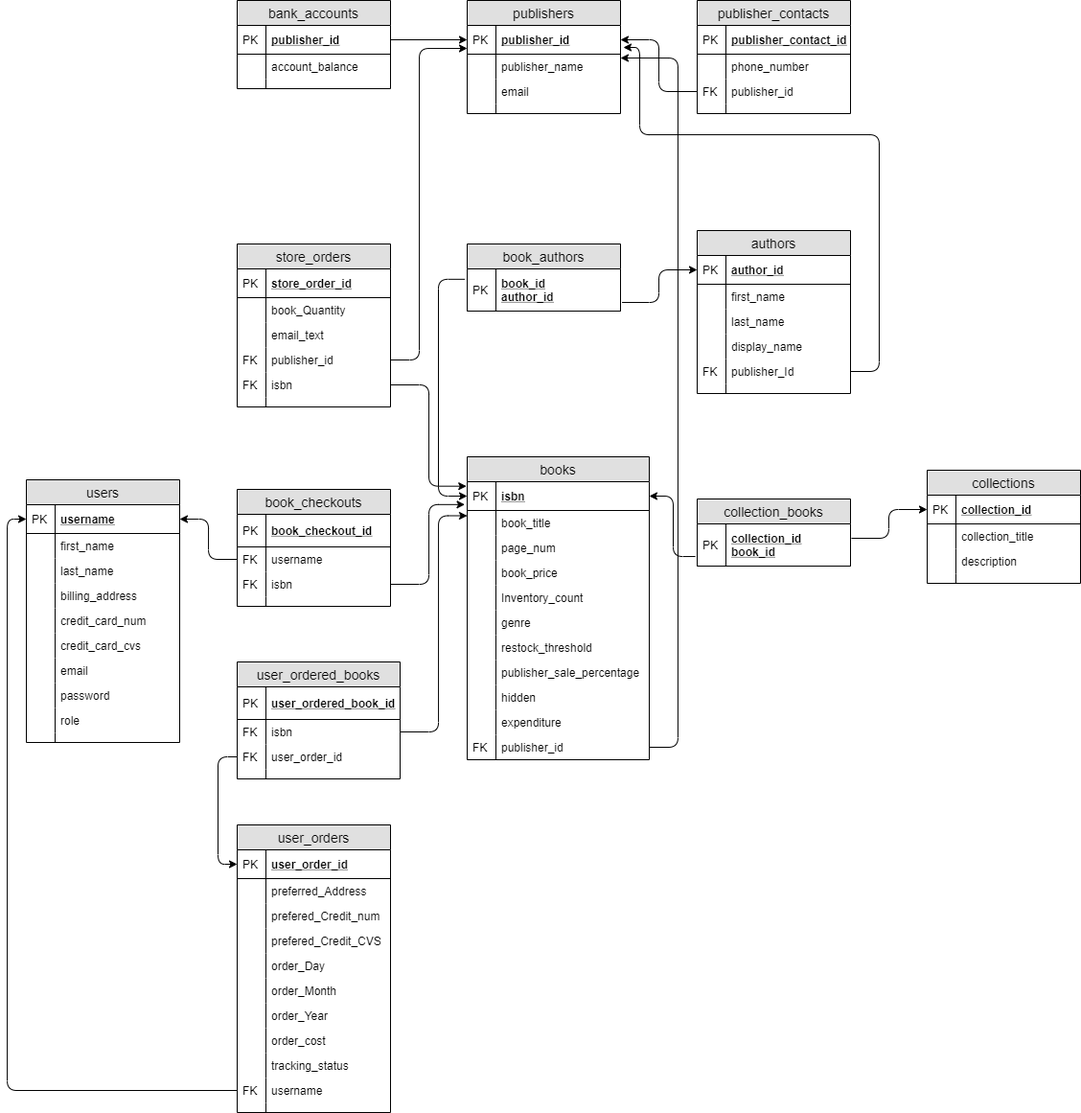
The draw.io diagram docs/schema.png in DarkHorse0311/BookStore_golang_react, before a commit. Source tidied: cells renumbered, new cells last; positions are measured from the earlier drawing's top-left corner, leaving out a move shared by most shapes.
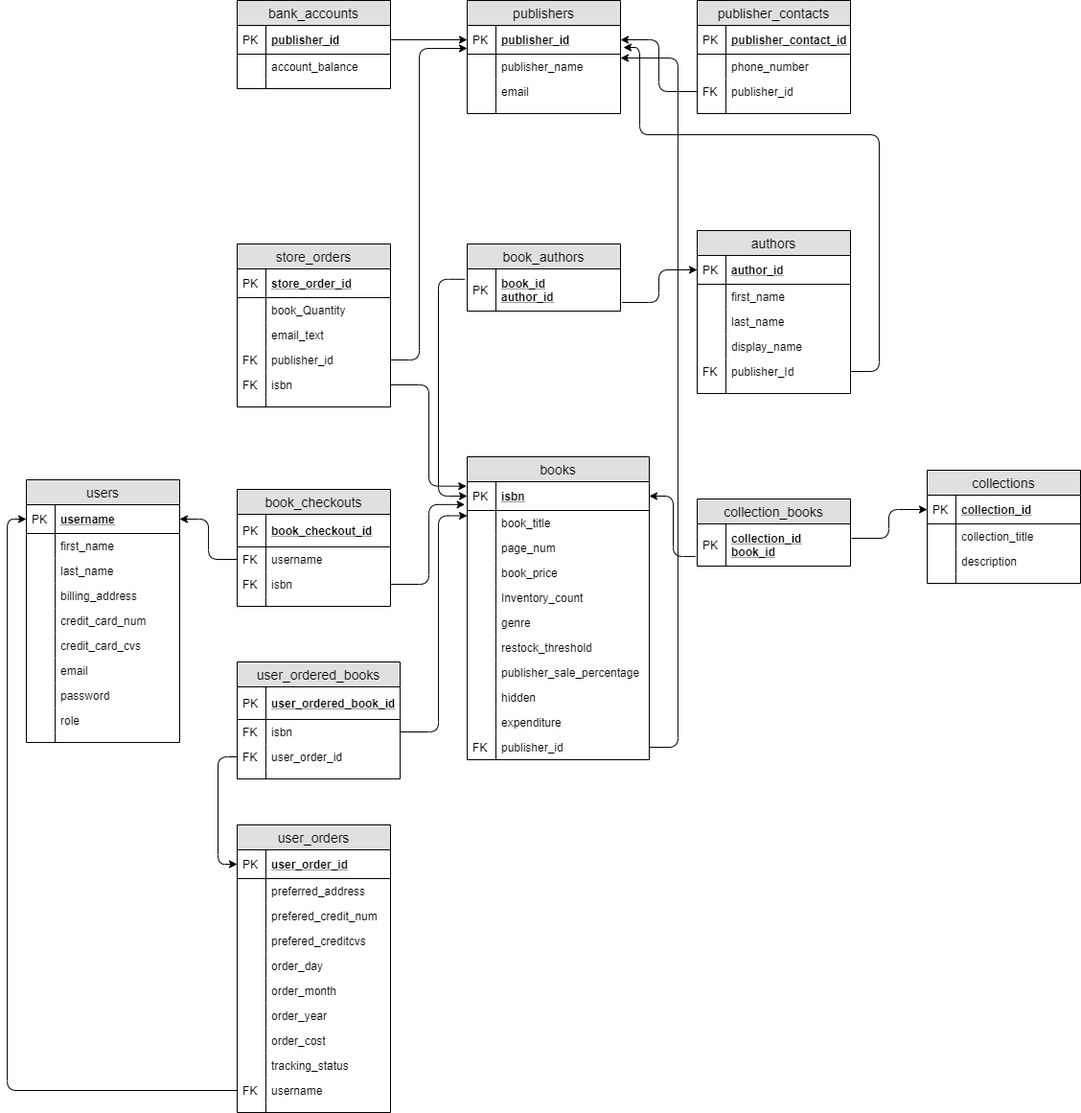
The same diagram one commit later.

Commit message:
removed capitals from schema

The edit, as a diff of the source:
```diff
@@ -281,37 +281,37 @@
     <mxCell id="94" value="PK" style="shape=partialRectangle;top=0;left=0;bottom=0;fillColor=none;align=left;verticalAlign=middle;spacingLeft=4;spacingRight=4;overflow=hidden;fontSize=12;" parent="93" vertex="1">
       <mxGeometry width="30" height="30" as="geometry" />
     </mxCell>
-    <mxCell id="95" value="preferred_Address" style="shape=partialRectangle;top=0;left=0;right=0;bottom=0;align=left;verticalAlign=top;fillColor=none;spacingLeft=34;spacingRight=4;overflow=hidden;fontSize=12;" parent="92" vertex="1">
+    <mxCell id="95" value="preferred_address" style="shape=partialRectangle;top=0;left=0;right=0;bottom=0;align=left;verticalAlign=top;fillColor=none;spacingLeft=34;spacingRight=4;overflow=hidden;fontSize=12;" parent="92" vertex="1">
       <mxGeometry y="56" width="160" height="26" as="geometry" />
     </mxCell>
     <mxCell id="96" style="shape=partialRectangle;top=0;left=0;bottom=0;fillColor=none;align=left;verticalAlign=top;spacingLeft=4;spacingRight=4;overflow=hidden;fontSize=12;" parent="95" vertex="1">
       <mxGeometry width="30" height="26" as="geometry" />
     </mxCell>
-    <mxCell id="97" value="prefered_Credit_num" style="shape=partialRectangle;top=0;left=0;right=0;bottom=0;align=left;verticalAlign=top;fillColor=none;spacingLeft=34;spacingRight=4;overflow=hidden;fontSize=12;" parent="92" vertex="1">
+    <mxCell id="97" value="prefered_credit_num" style="shape=partialRectangle;top=0;left=0;right=0;bottom=0;align=left;verticalAlign=top;fillColor=none;spacingLeft=34;spacingRight=4;overflow=hidden;fontSize=12;" parent="92" vertex="1">
       <mxGeometry y="82" width="160" height="26" as="geometry" />
     </mxCell>
     <mxCell id="98" style="shape=partialRectangle;top=0;left=0;bottom=0;fillColor=none;align=left;verticalAlign=top;spacingLeft=4;spacingRight=4;overflow=hidden;fontSize=12;" parent="97" vertex="1">
       <mxGeometry width="30" height="26" as="geometry" />
     </mxCell>
-    <mxCell id="99" value="prefered_Credit_CVS" style="shape=partialRectangle;top=0;left=0;right=0;bottom=0;align=left;verticalAlign=top;fillColor=none;spacingLeft=34;spacingRight=4;overflow=hidden;fontSize=12;" parent="92" vertex="1">
+    <mxCell id="99" value="prefered_creditcvs" style="shape=partialRectangle;top=0;left=0;right=0;bottom=0;align=left;verticalAlign=top;fillColor=none;spacingLeft=34;spacingRight=4;overflow=hidden;fontSize=12;" parent="92" vertex="1">
       <mxGeometry y="108" width="160" height="26" as="geometry" />
     </mxCell>
     <mxCell id="100" style="shape=partialRectangle;top=0;left=0;bottom=0;fillColor=none;align=left;verticalAlign=top;spacingLeft=4;spacingRight=4;overflow=hidden;fontSize=12;" parent="99" vertex="1">
       <mxGeometry width="30" height="26" as="geometry" />
     </mxCell>
-    <mxCell id="101" value="order_Day" style="shape=partialRectangle;top=0;left=0;right=0;bottom=0;align=left;verticalAlign=top;fillColor=none;spacingLeft=34;spacingRight=4;overflow=hidden;fontSize=12;" parent="92" vertex="1">
+    <mxCell id="101" value="order_day" style="shape=partialRectangle;top=0;left=0;right=0;bottom=0;align=left;verticalAlign=top;fillColor=none;spacingLeft=34;spacingRight=4;overflow=hidden;fontSize=12;" parent="92" vertex="1">
       <mxGeometry y="134" width="160" height="26" as="geometry" />
     </mxCell>
     <mxCell id="102" style="shape=partialRectangle;top=0;left=0;bottom=0;fillColor=none;align=left;verticalAlign=top;spacingLeft=4;spacingRight=4;overflow=hidden;fontSize=12;" parent="101" vertex="1">
       <mxGeometry width="30" height="26" as="geometry" />
     </mxCell>
-    <mxCell id="103" value="order_Month" style="shape=partialRectangle;top=0;left=0;right=0;bottom=0;align=left;verticalAlign=top;fillColor=none;spacingLeft=34;spacingRight=4;overflow=hidden;fontSize=12;" parent="92" vertex="1">
+    <mxCell id="103" value="order_month" style="shape=partialRectangle;top=0;left=0;right=0;bottom=0;align=left;verticalAlign=top;fillColor=none;spacingLeft=34;spacingRight=4;overflow=hidden;fontSize=12;" parent="92" vertex="1">
       <mxGeometry y="160" width="160" height="26" as="geometry" />
     </mxCell>
     <mxCell id="104" style="shape=partialRectangle;top=0;left=0;bottom=0;fillColor=none;align=left;verticalAlign=top;spacingLeft=4;spacingRight=4;overflow=hidden;fontSize=12;" parent="103" vertex="1">
       <mxGeometry width="30" height="26" as="geometry" />
     </mxCell>
-    <mxCell id="105" value="order_Year" style="shape=partialRectangle;top=0;left=0;right=0;bottom=0;align=left;verticalAlign=top;fillColor=none;spacingLeft=34;spacingRight=4;overflow=hidden;fontSize=12;" parent="92" vertex="1">
+    <mxCell id="105" value="order_year" style="shape=partialRectangle;top=0;left=0;right=0;bottom=0;align=left;verticalAlign=top;fillColor=none;spacingLeft=34;spacingRight=4;overflow=hidden;fontSize=12;" parent="92" vertex="1">
       <mxGeometry y="186" width="160" height="26" as="geometry" />
     </mxCell>
     <mxCell id="106" style="shape=partialRectangle;top=0;left=0;bottom=0;fillColor=none;align=left;verticalAlign=top;spacingLeft=4;spacingRight=4;overflow=hidden;fontSize=12;" parent="105" vertex="1">
```
